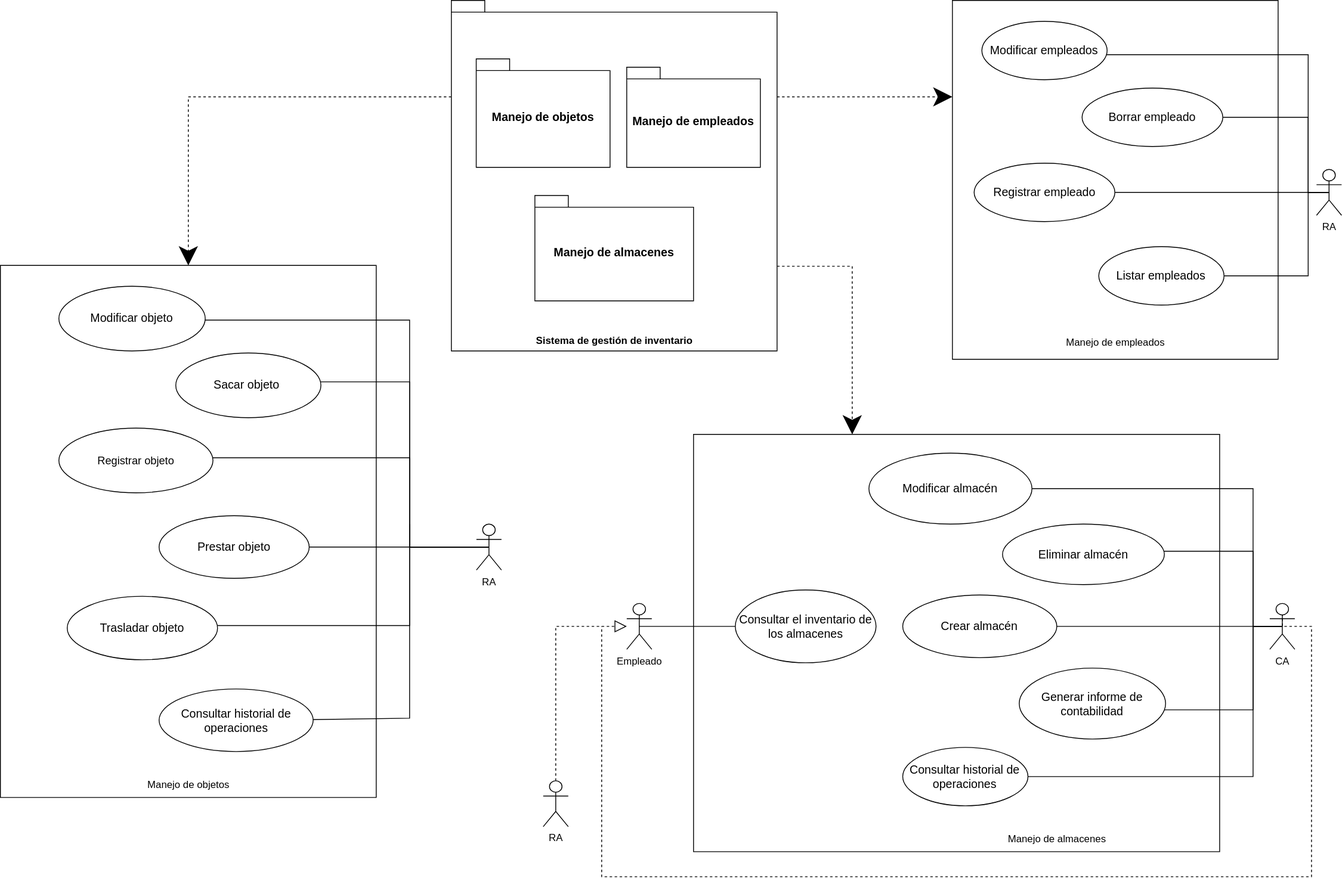
Emilio-115/Proyecto-IR-G2-12 keeps this draw.io diagram as assets/Diagrama de Casos de Uso.svg. Above is the earlier version. Source tidied: cells renumbered, new cells last; positions are measured from the earlier drawing's top-left corner, leaving out a move shared by most shapes.
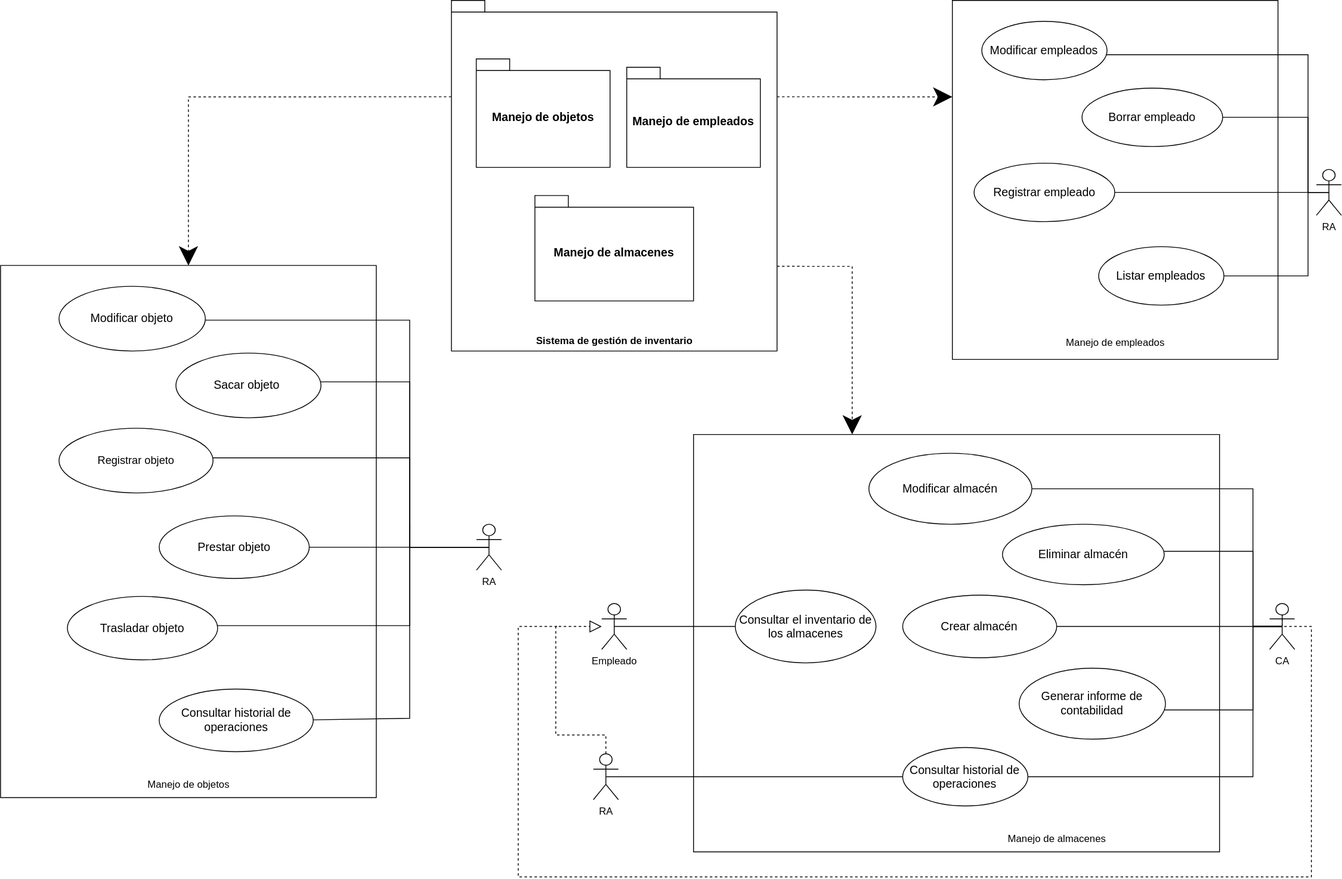
After the commit.

Diff of the diagram source:
```diff
@@ -85,13 +85,13 @@
     </mxCell>
     <mxCell id="19" style="edgeStyle=orthogonalEdgeStyle;rounded=0;jettySize=auto;html=1;exitX=0.5;exitY=0;exitDx=0;exitDy=0;exitPerimeter=0;endArrow=none;endFill=0;endSize=12;dashed=1;" parent="1" edge="1" source="20">
       <mxGeometry relative="1" as="geometry">
-        <mxPoint x="720" y="750" as="targetPoint" />
+        <mxPoint x="670" y="750" as="targetPoint" />
         <Array as="points">
           <mxPoint x="1535" y="750" />
           <mxPoint x="1570" y="750" />
           <mxPoint x="1570" y="1050" />
-          <mxPoint x="720" y="1050" />
-          <mxPoint x="720" y="750" />
+          <mxPoint x="620" y="1050" />
+          <mxPoint x="620" y="750" />
         </Array>
       </mxGeometry>
     </mxCell>
@@ -197,11 +197,13 @@
       <mxGeometry relative="1" as="geometry" />
     </mxCell>
     <mxCell id="43" value="Empleado" style="shape=umlActor;verticalLabelPosition=bottom;verticalAlign=top;html=1;outlineConnect=0;" parent="1" vertex="1">
-      <mxGeometry x="750" y="722.5" width="30" height="55" as="geometry" />
+      <mxGeometry x="720" y="722.5" width="30" height="55" as="geometry" />
     </mxCell>
     <mxCell id="44" style="edgeStyle=orthogonalEdgeStyle;rounded=0;jettySize=auto;html=1;endArrow=block;endFill=0;endSize=12;exitX=0.5;exitY=0;exitDx=0;exitDy=0;exitPerimeter=0;dashed=1;" parent="1" edge="1" source="46" target="43">
       <mxGeometry relative="1" as="geometry">
         <Array as="points">
+          <mxPoint x="725" y="880" />
+          <mxPoint x="665" y="880" />
           <mxPoint x="665" y="750" />
         </Array>
       </mxGeometry>
@@ -209,8 +211,11 @@
     <mxCell id="45" value="&lt;font style=&quot;font-size: 14px;&quot;&gt;Consultar el inventario de los almacenes&lt;/font&gt;" style="ellipse;whiteSpace=wrap;html=1;" parent="1" vertex="1">
       <mxGeometry x="880" y="706.4" width="168.5" height="87.3" as="geometry" />
     </mxCell>
+    <mxCell id="55" style="edgeStyle=orthogonalEdgeStyle;rounded=0;jettySize=auto;html=1;exitX=0.5;exitY=0.5;exitDx=0;exitDy=0;exitPerimeter=0;endArrow=none;endFill=0;" parent="1" edge="1" source="46" target="25">
+      <mxGeometry relative="1" as="geometry" />
+    </mxCell>
     <mxCell id="46" value="RA" style="shape=umlActor;verticalLabelPosition=bottom;verticalAlign=top;html=1;outlineConnect=0;" parent="1" vertex="1">
-      <mxGeometry x="650" y="935" width="30" height="55" as="geometry" />
+      <mxGeometry x="710" y="902.5" width="30" height="55" as="geometry" />
     </mxCell>
     <mxCell id="47" style="edgeStyle=orthogonalEdgeStyle;rounded=0;jettySize=auto;html=1;exitX=0;exitY=0;exitDx=0;exitDy=115.5;exitPerimeter=0;dashed=1;endArrow=classic;endFill=1;endSize=20;" parent="1" edge="1" source="50" target="27">
       <mxGeometry relative="1" as="geometry">
```
